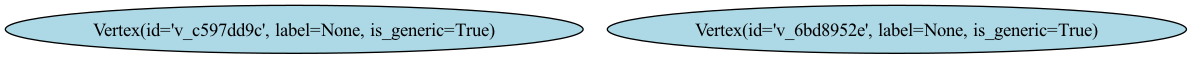
This is visual_output/binary_relation.png from mijahauan/Arisbe, a Graphviz export, as it was before one commit. Its source is kept beside it as visual_output/binary_relation.dot. Its diagram source:
```dot
digraph EG {
  rankdir=TB;
  node [shape=ellipse, style=filled, fillcolor=lightblue];
  edge [color=darkblue];

  "Vertex(id='v_c597dd9c', label=None, is_generic=True)" [label="Vertex(id='v_c597dd9c', label=None, is_generic=True)"];
  "Vertex(id='v_6bd8952e', label=None, is_generic=True)" [label="Vertex(id='v_6bd8952e', label=None, is_generic=True)"];
}
```
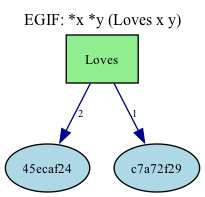
After the commit.

Change to the diagram source:
```diff
@@ -1,8 +1,15 @@
 digraph EG {
   rankdir=TB;
-  node [shape=ellipse, style=filled, fillcolor=lightblue];
-  edge [color=darkblue];
+  compound=true;
+  node [fontsize=10];
 
-  "Vertex(id='v_c597dd9c', label=None, is_generic=True)" [label="Vertex(id='v_c597dd9c', label=None, is_generic=True)"];
-  "Vertex(id='v_6bd8952e', label=None, is_generic=True)" [label="Vertex(id='v_6bd8952e', label=None, is_generic=True)"];
+  label="EGIF: *x *y (Loves x y)";
+  labelloc="t";
+  fontsize=12;
+
+  "pred_e_1347eb43" [label="Loves", shape=box, style=filled, fillcolor=lightgreen];
+  "Vertex(id='v_45ecaf24', label=None, is_generic=True)" [label="45ecaf24", shape=ellipse, style=filled, fillcolor=lightblue];
+  "Vertex(id='v_c7a72f29', label=None, is_generic=True)" [label="c7a72f29", shape=ellipse, style=filled, fillcolor=lightblue];
+  "pred_e_1347eb43" -> "Vertex(id='v_c7a72f29', label=None, is_generic=True)" [label="1", color=darkblue, fontsize=8];
+  "pred_e_1347eb43" -> "Vertex(id='v_45ecaf24', label=None, is_generic=True)" [label="2", color=darkblue, fontsize=8];
 }
```
